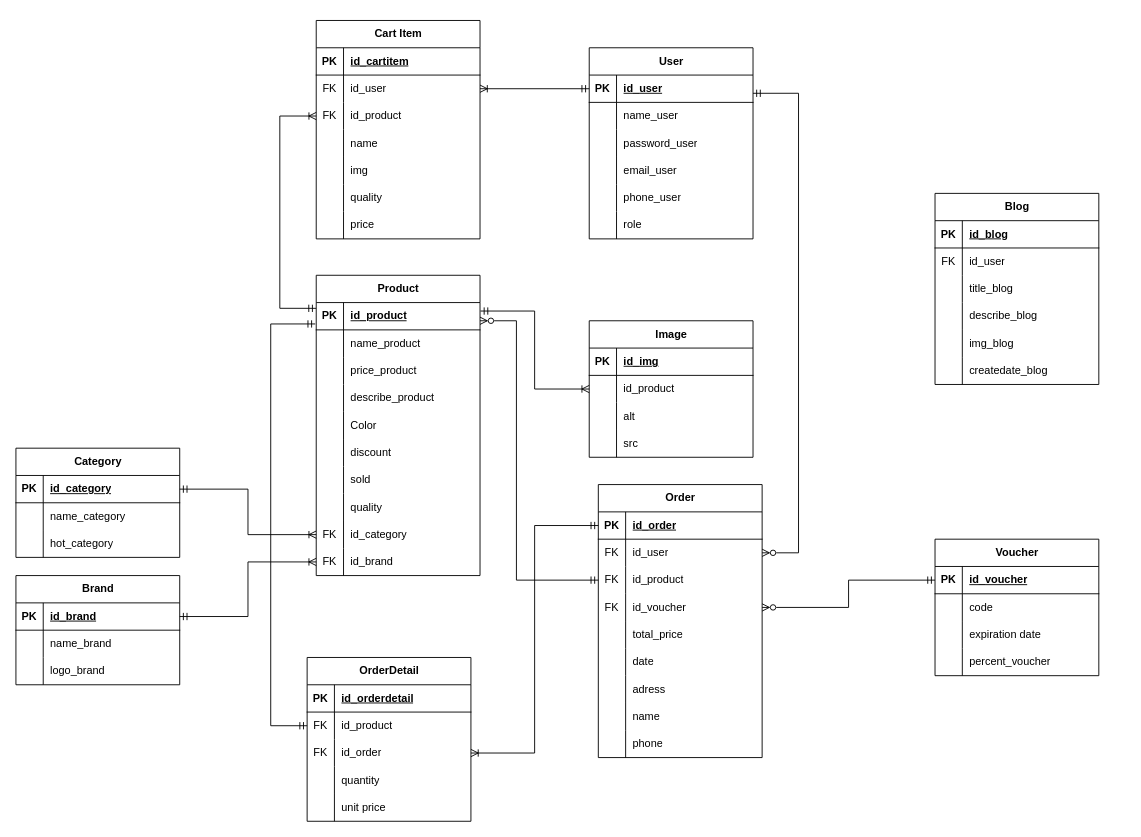
Earlier version of the draw.io diagram Untitled Diagram.drawio (Blion00/Blion00). Source tidied: cells renumbered, new cells numbered last; positions are measured from the earlier drawing's top-left corner, leaving out a move shared by most shapes. Both pictures are drawn from the tidied source at 91%, with x=0, y=0 at pixel (15, 20).
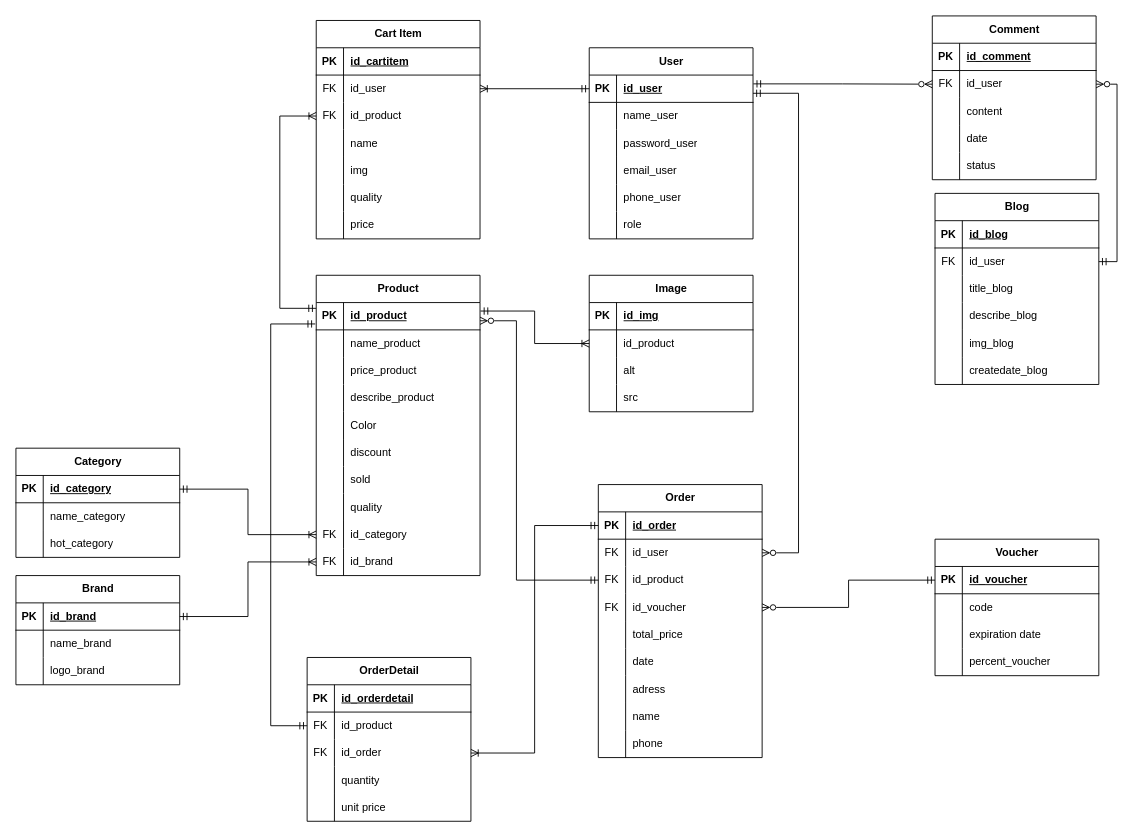
Above is the later version.

Unchanged cells that the change refers to:
```xml
<mxCell id="60" style="shape=tableRow;horizontal=0;startSize=0;swimlaneHead=0;swimlaneBody=0;fillColor=none;points=[[0,0.5],[1,0.5]];portConstraint=eastwest;top=0;left=0;right=0;bottom=1;" parent="59" vertex="1">
  <mxGeometry y="30" width="180" height="30" as="geometry" />
</mxCell>
<mxCell id="151" style="shape=tableRow;horizontal=0;startSize=0;swimlaneHead=0;swimlaneBody=0;fillColor=none;points=[[0,0.5],[1,0.5]];portConstraint=eastwest;top=0;left=0;right=0;bottom=0;" parent="147" vertex="1">
  <mxGeometry y="60" width="180" height="30" as="geometry" />
</mxCell>
```

What changed in the source:
```diff
@@
     <mxCell id="180" value="Image" style="shape=table;startSize=30;childLayout=tableLayout;rowLines=0;fontStyle=1;align=center;html=1;" parent="1" vertex="1">
-      <mxGeometry x="630" y="330" width="180" height="150" as="geometry" />
+      <mxGeometry x="630" y="280" width="180" height="150" as="geometry" />
     </mxCell>
@@
+    <mxCell id="193" value="Comment" style="shape=table;startSize=30;childLayout=tableLayout;rowLines=0;fontStyle=1;align=center;html=1;" parent="1" vertex="1">
+      <mxGeometry x="1007" y="-5" width="180" height="180" as="geometry" />
+    </mxCell>
+    <mxCell id="194" style="shape=tableRow;horizontal=0;startSize=0;swimlaneHead=0;swimlaneBody=0;fillColor=none;top=0;left=0;right=0;bottom=1;" parent="193" vertex="1">
+      <mxGeometry y="30" width="180" height="30" as="geometry" />
+    </mxCell>
+    <mxCell id="195" value="PK" style="shape=partialRectangle;fillColor=none;top=0;left=0;bottom=0;right=0;fontStyle=1;overflow=hidden;whiteSpace=wrap;html=1;" parent="194" vertex="1">
+      <mxGeometry width="30" height="30" as="geometry" />
+    </mxCell>
+    <mxCell id="196" value="id_comment" style="shape=partialRectangle;fillColor=none;top=0;left=0;bottom=0;right=0;align=left;spacingLeft=6;fontStyle=5;overflow=hidden;whiteSpace=wrap;html=1;" parent="194" vertex="1">
+      <mxGeometry x="30" width="150" height="30" as="geometry" />
+    </mxCell>
+    <mxCell id="197" style="shape=tableRow;horizontal=0;startSize=0;swimlaneHead=0;swimlaneBody=0;fillColor=none;points=[[0,0.5],[1,0.5]];portConstraint=eastwest;top=0;left=0;right=0;bottom=0;" parent="193" vertex="1">
+      <mxGeometry y="60" width="180" height="30" as="geometry" />
+    </mxCell>
+    <mxCell id="198" value="FK" style="shape=partialRectangle;fillColor=none;top=0;left=0;bottom=0;right=0;overflow=hidden;whiteSpace=wrap;html=1;" parent="197" vertex="1">
+      <mxGeometry width="30" height="30" as="geometry" />
+    </mxCell>
+    <mxCell id="199" value="id_user" style="shape=partialRectangle;fillColor=none;top=0;left=0;bottom=0;right=0;align=left;spacingLeft=6;overflow=hidden;whiteSpace=wrap;html=1;" parent="197" vertex="1">
+      <mxGeometry x="30" width="150" height="30" as="geometry" />
+    </mxCell>
+    <mxCell id="200" style="shape=tableRow;horizontal=0;startSize=0;swimlaneHead=0;swimlaneBody=0;fillColor=none;top=0;left=0;right=0;bottom=0;" parent="193" vertex="1">
+      <mxGeometry y="90" width="180" height="30" as="geometry" />
+    </mxCell>
+    <mxCell id="201" style="shape=partialRectangle;fillColor=none;top=0;left=0;bottom=0;right=0;overflow=hidden;whiteSpace=wrap;html=1;" parent="200" vertex="1">
+      <mxGeometry width="30" height="30" as="geometry" />
+    </mxCell>
+    <mxCell id="202" value="content" style="shape=partialRectangle;fillColor=none;top=0;left=0;bottom=0;right=0;align=left;spacingLeft=6;overflow=hidden;whiteSpace=wrap;html=1;" parent="200" vertex="1">
+      <mxGeometry x="30" width="150" height="30" as="geometry" />
+    </mxCell>
+    <mxCell id="203" style="shape=tableRow;horizontal=0;startSize=0;swimlaneHead=0;swimlaneBody=0;fillColor=none;top=0;left=0;right=0;bottom=0;" parent="193" vertex="1">
+      <mxGeometry y="120" width="180" height="30" as="geometry" />
+    </mxCell>
+    <mxCell id="204" style="shape=partialRectangle;fillColor=none;top=0;left=0;bottom=0;right=0;overflow=hidden;whiteSpace=wrap;html=1;" parent="203" vertex="1">
+      <mxGeometry width="30" height="30" as="geometry" />
+    </mxCell>
+    <mxCell id="205" value="date" style="shape=partialRectangle;fillColor=none;top=0;left=0;bottom=0;right=0;align=left;spacingLeft=6;overflow=hidden;whiteSpace=wrap;html=1;" parent="203" vertex="1">
+      <mxGeometry x="30" width="150" height="30" as="geometry" />
+    </mxCell>
+    <mxCell id="206" style="shape=tableRow;horizontal=0;startSize=0;swimlaneHead=0;swimlaneBody=0;fillColor=none;top=0;left=0;right=0;bottom=0;" parent="193" vertex="1">
+      <mxGeometry y="150" width="180" height="30" as="geometry" />
+    </mxCell>
+    <mxCell id="207" style="shape=partialRectangle;fillColor=none;top=0;left=0;bottom=0;right=0;overflow=hidden;whiteSpace=wrap;html=1;" parent="206" vertex="1">
+      <mxGeometry width="30" height="30" as="geometry" />
+    </mxCell>
+    <mxCell id="208" value="status" style="shape=partialRectangle;fillColor=none;top=0;left=0;bottom=0;right=0;align=left;spacingLeft=6;overflow=hidden;whiteSpace=wrap;html=1;" parent="206" vertex="1">
+      <mxGeometry x="30" width="150" height="30" as="geometry" />
+    </mxCell>
+    <mxCell id="209" style="endArrow=ERzeroToMany;html=1;rounded=0;exitX=1.002;exitY=0.322;exitDx=0;exitDy=0;exitPerimeter=0;entryX=0;entryY=0.5;entryDx=0;entryDy=0;edgeStyle=orthogonalEdgeStyle;startArrow=ERmandOne;startFill=0;endFill=0;" parent="1" edge="1" source="60" target="197">
+      <mxGeometry relative="1" as="geometry" />
+    </mxCell>
+    <mxCell id="210" style="edgeStyle=orthogonalEdgeStyle;rounded=0;jettySize=auto;html=1;exitX=1;exitY=0.5;exitDx=0;exitDy=0;entryX=1;entryY=0.5;entryDx=0;entryDy=0;startArrow=ERzeroToMany;startFill=0;endArrow=ERmandOne;endFill=0;" parent="1" edge="1" source="197" target="151">
+      <mxGeometry relative="1" as="geometry" />
+    </mxCell>
```
